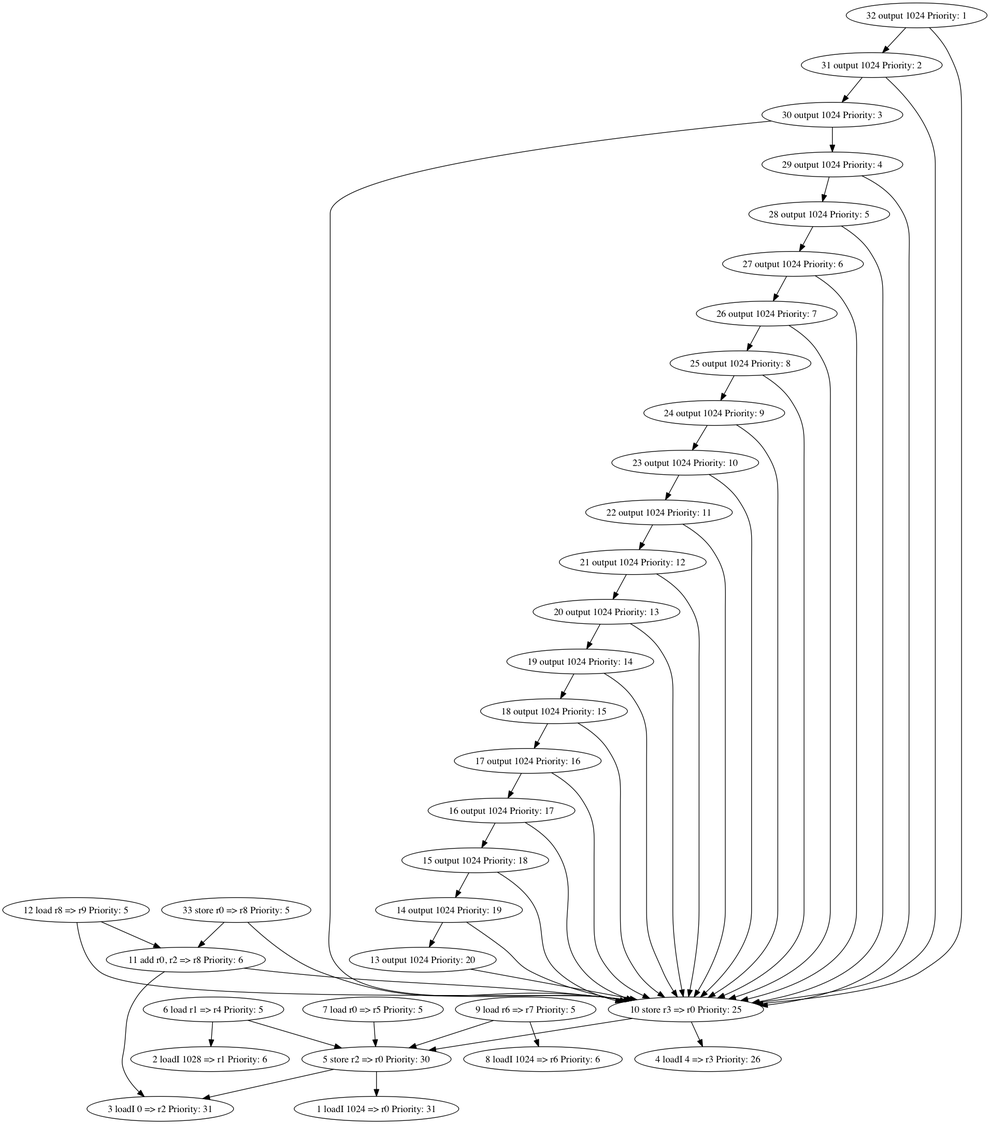
Before: src/graph.png, a diagram exported from Graphviz (martinzc/instruction-scheduling). Its source is kept beside it as src/graph.dot.
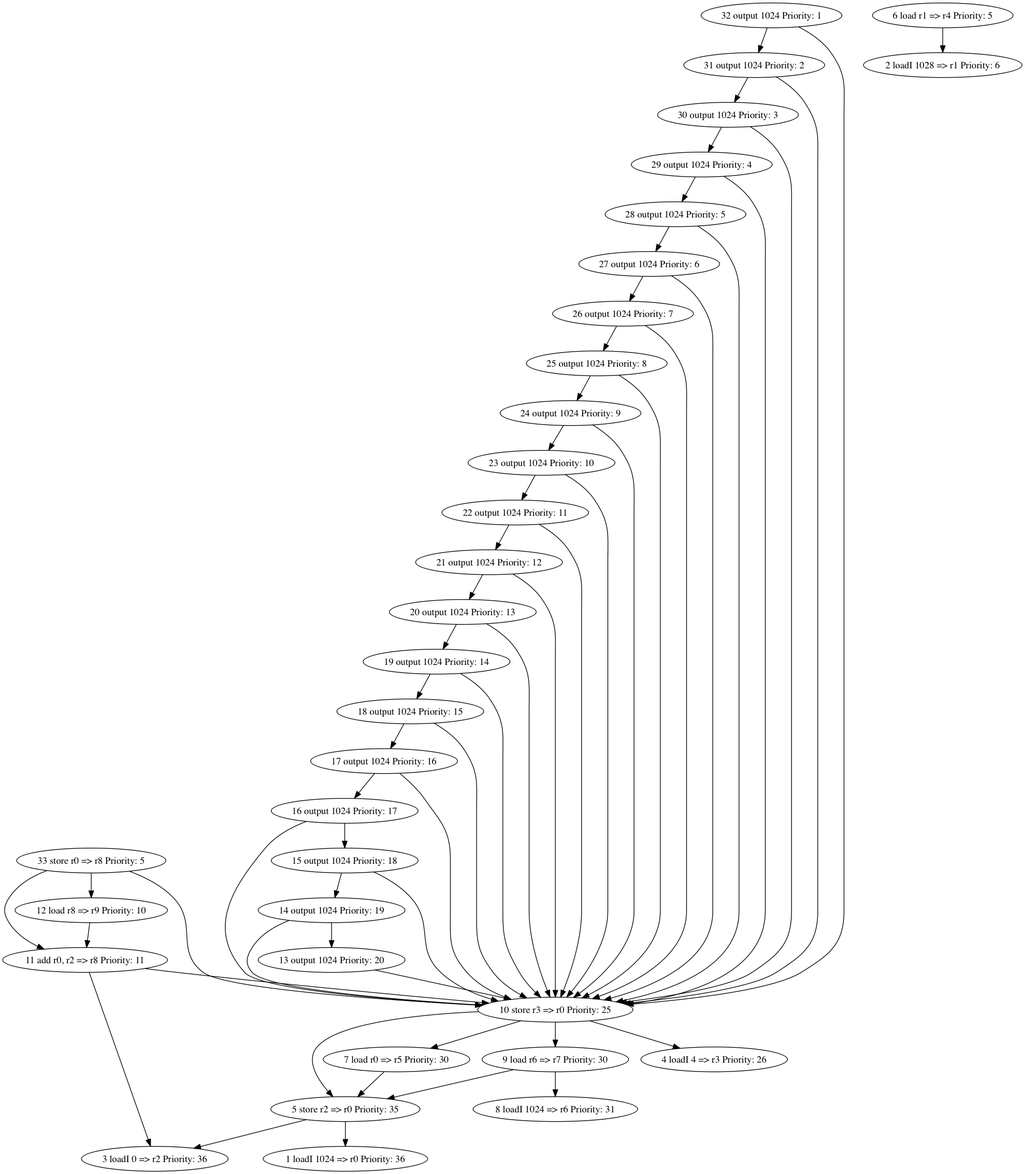
The same diagram one commit later.

Commit message:
fixed bugs for building dependency graph on store operation

Change to the diagram source:
```diff
@@ -1,28 +1,29 @@
 digraph g {
+    31 [label="31 output 1024 Priority: 2"];
     32 [label="32 output 1024 Priority: 1"];
     33 [label="33 store r0 => r8 Priority: 5"];
-    3 [label="3 loadI 0 => r2 Priority: 31"];
+    3 [label="3 loadI 0 => r2 Priority: 36"];
     4 [label="4 loadI 4 => r3 Priority: 26"];
-    5 [label="5 store r2 => r0 Priority: 30"];
+    5 [label="5 store r2 => r0 Priority: 35"];
+    1 [label="1 loadI 1024 => r0 Priority: 36"];
+    7 [label="7 load r0 => r5 Priority: 30"];
+    2 [label="2 loadI 1028 => r1 Priority: 6"];
+    9 [label="9 load r6 => r7 Priority: 30"];
+    10 [label="10 store r3 => r0 Priority: 25"];
     6 [label="6 load r1 => r4 Priority: 5"];
-    1 [label="1 loadI 1024 => r0 Priority: 31"];
-    7 [label="7 load r0 => r5 Priority: 5"];
-    2 [label="2 loadI 1028 => r1 Priority: 6"];
-    9 [label="9 load r6 => r7 Priority: 5"];
-    10 [label="10 store r3 => r0 Priority: 25"];
-    11 [label="11 add r0, r2 => r8 Priority: 6"];
-    12 [label="12 load r8 => r9 Priority: 5"];
+    11 [label="11 add r0, r2 => r8 Priority: 11"];
+    12 [label="12 load r8 => r9 Priority: 10"];
     13 [label="13 output 1024 Priority: 20"];
     14 [label="14 output 1024 Priority: 19"];
     15 [label="15 output 1024 Priority: 18"];
     16 [label="16 output 1024 Priority: 17"];
     17 [label="17 output 1024 Priority: 16"];
-    8 [label="8 loadI 1024 => r6 Priority: 6"];
     18 [label="18 output 1024 Priority: 15"];
     19 [label="19 output 1024 Priority: 14"];
     20 [label="20 output 1024 Priority: 13"];
     21 [label="21 output 1024 Priority: 12"];
     22 [label="22 output 1024 Priority: 11"];
+    8 [label="8 loadI 1024 => r6 Priority: 31"];
     23 [label="23 output 1024 Priority: 10"];
     24 [label="24 output 1024 Priority: 9"];
     25 [label="25 output 1024 Priority: 8"];
@@ -31,59 +32,59 @@
     28 [label="28 output 1024 Priority: 5"];
     29 [label="29 output 1024 Priority: 4"];
     30 [label="30 output 1024 Priority: 3"];
-    31 [label="31 output 1024 Priority: 2"];
+    31->10;
+    31->30;
+    32->31;
     32->10;
-    32->31;
+    33->11;
+    33->12;
     33->10;
-    33->11;
+    5->3;
     5->1;
-    5->3;
+    7->5;
+    9->5;
+    9->8;
+    10->5;
+    10->4;
+    10->9;
+    10->7;
     6->2;
-    6->5;
-    7->5;
-    9->8;
-    9->5;
-    10->4;
-    10->5;
+    11->3;
     11->10;
-    11->3;
-    12->10;
     12->11;
     13->10;
+    14->13;
     14->10;
-    14->13;
     15->10;
     15->14;
+    16->15;
     16->10;
-    16->15;
     17->10;
     17->16;
+    18->17;
     18->10;
-    18->17;
     19->10;
     19->18;
+    20->19;
     20->10;
-    20->19;
     21->10;
     21->20;
+    22->21;
     22->10;
-    22->21;
     23->10;
     23->22;
+    24->23;
     24->10;
-    24->23;
     25->10;
     25->24;
+    26->25;
     26->10;
-    26->25;
     27->10;
     27->26;
+    28->27;
     28->10;
-    28->27;
     29->10;
     29->28;
+    30->29;
     30->10;
-    30->29;
-    31->10;
-    31->30;
 }
```
